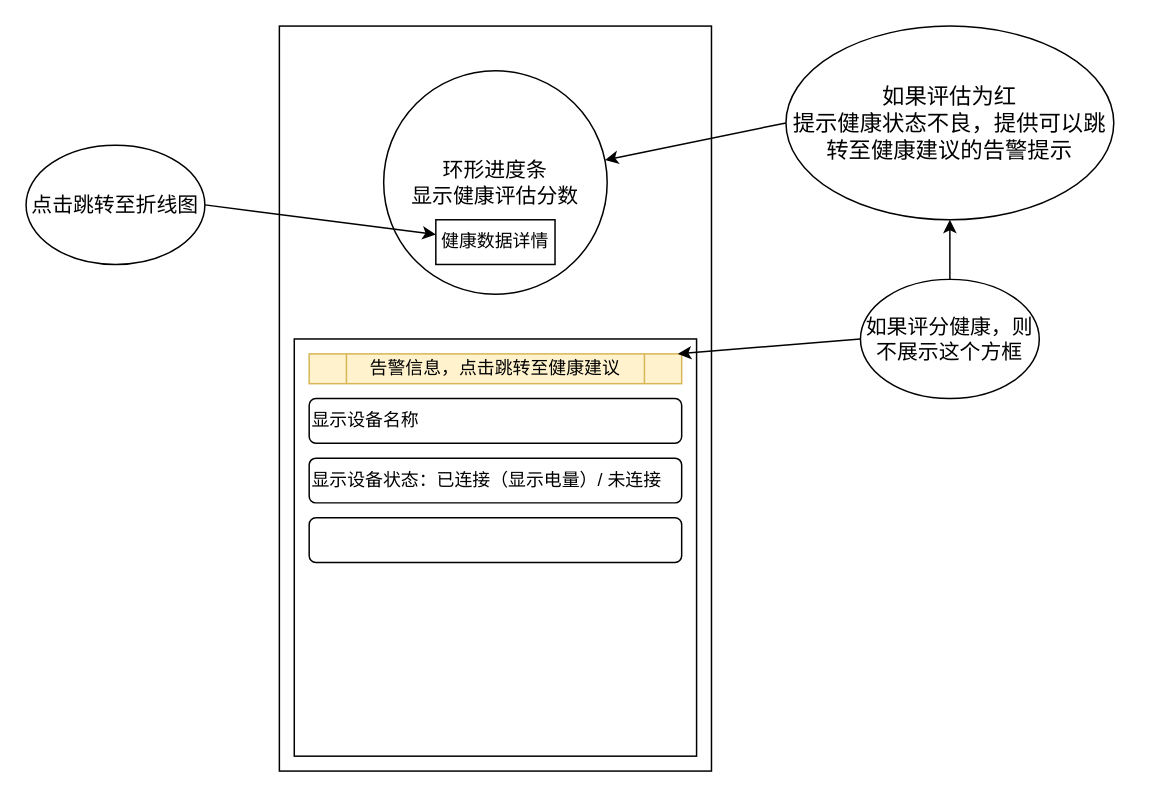
The draw.io diagram 毕设草稿.drawio in 4may-mcx/Blog, before the edit. Source tidied: cells renumbered, new cells numbered last; positions are measured from the earlier drawing's top-left corner, leaving out a move shared by most shapes. Both pictures are drawn from the tidied source at 149%, with x=0, y=0 at pixel (25, 25).
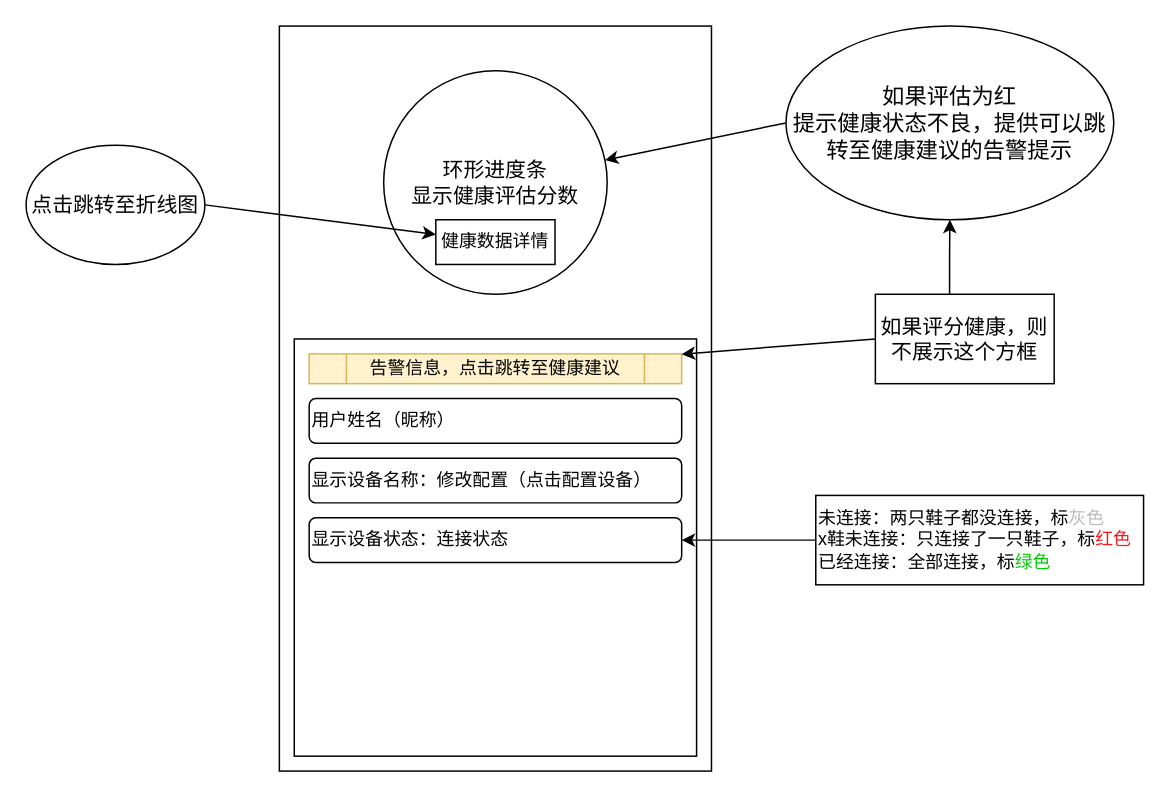
The same diagram, later.

Commit message (it also covers changes not shown here):
更新毕设草稿.drawio

Diff of the diagram source:
```diff
@@
 <mxGraphModel>
   <root>
     <mxCell id="0" />
     <mxCell id="1" parent="0" />
     <mxCell id="2" style="rounded=0;whiteSpace=wrap;html=1;" parent="1" vertex="1">
       <mxGeometry x="170" width="290" height="500" as="geometry" />
     </mxCell>
     <mxCell id="3" value="&lt;font style=&quot;font-size: 14px;&quot;&gt;环形进度条&lt;br&gt;显示健康评估分数&lt;/font&gt;" style="ellipse;whiteSpace=wrap;html=1;" parent="1" vertex="1">
       <mxGeometry x="240" y="30" width="150" height="150" as="geometry" />
     </mxCell>
     <mxCell id="4" style="rounded=0;whiteSpace=wrap;html=1;" parent="1" vertex="1">
       <mxGeometry x="180" y="210" width="270" height="280" as="geometry" />
     </mxCell>
-    <mxCell id="5" value="显示设备名称" style="rounded=1;whiteSpace=wrap;html=1;align=left;" parent="1" vertex="1">
-      <mxGeometry x="190" y="250" width="250" height="30" as="geometry" />
+    <mxCell id="5" value="显示设备名称：修改配置（点击配置设备）" style="rounded=1;whiteSpace=wrap;html=1;align=left;" parent="1" vertex="1">
+      <mxGeometry x="190" y="290" width="250" height="30" as="geometry" />
     </mxCell>
-    <mxCell id="6" value="显示设备状态：已连接（显示电量）/ 未连接" style="rounded=1;whiteSpace=wrap;html=1;align=left;" parent="1" vertex="1">
-      <mxGeometry x="190" y="290" width="250" height="30" as="geometry" />
+    <mxCell id="6" value="显示设备状态：连接状态" style="rounded=1;whiteSpace=wrap;html=1;align=left;" parent="1" vertex="1">
+      <mxGeometry x="190" y="330" width="250" height="30" as="geometry" />
     </mxCell>
-    <mxCell id="7" style="rounded=1;whiteSpace=wrap;html=1;align=left;" parent="1" vertex="1">
-      <mxGeometry x="190" y="330" width="250" height="30" as="geometry" />
+    <mxCell id="7" value="用户姓名（昵称）" style="rounded=1;whiteSpace=wrap;html=1;align=left;" parent="1" vertex="1">
+      <mxGeometry x="190" y="250" width="250" height="30" as="geometry" />
     </mxCell>
     <mxCell id="8" style="endArrow=classic;html=1;rounded=0;exitX=0;exitY=0.5;exitDx=0;exitDy=0;" parent="1" edge="1" source="9" target="3">
       <mxGeometry relative="1" as="geometry" />
     </mxCell>
     <mxCell id="9" value="&lt;font style=&quot;font-size: 15px;&quot;&gt;如果评估为红&lt;br&gt;提示健康状态不良，提供可以跳转至健康建议的告警提示&lt;/font&gt;" style="ellipse;whiteSpace=wrap;html=1;" parent="1" vertex="1">
       <mxGeometry x="510" width="220" height="130" as="geometry" />
     </mxCell>
     <mxCell id="10" value="健康数据详情" style="rounded=0;whiteSpace=wrap;html=1;" parent="1" vertex="1">
       <mxGeometry x="275" y="130" width="80" height="30" as="geometry" />
     </mxCell>
     <mxCell id="11" style="endArrow=classic;html=1;rounded=0;exitX=1;exitY=0.5;exitDx=0;exitDy=0;" parent="1" edge="1" source="12" target="10">
       <mxGeometry relative="1" as="geometry" />
     </mxCell>
     <mxCell id="12" value="&lt;font style=&quot;font-size: 14px;&quot;&gt;点击跳转至折线图&lt;/font&gt;" style="ellipse;whiteSpace=wrap;html=1;" parent="1" vertex="1">
       <mxGeometry y="80" width="120" height="80" as="geometry" />
     </mxCell>
     <mxCell id="13" value="告警信息，点击跳转至健康建议" style="shape=process;whiteSpace=wrap;html=1;backgroundOutline=1;fillColor=#fff2cc;strokeColor=#d6b656;" parent="1" vertex="1">
       <mxGeometry x="190" y="220" width="250" height="20" as="geometry" />
     </mxCell>
-    <mxCell id="14" style="edgeStyle=orthogonalEdgeStyle;rounded=0;jettySize=auto;html=1;" parent="1" edge="1" source="15" target="9">
+    <mxCell id="14" style="edgeStyle=orthogonalEdgeStyle;rounded=0;jettySize=auto;html=1;exitX=0.415;exitY=0.025;exitDx=0;exitDy=0;exitPerimeter=0;" parent="1" edge="1" source="15" target="9">
       <mxGeometry relative="1" as="geometry" />
     </mxCell>
+    <mxCell id="16" style="endArrow=classic;html=1;rounded=0;exitX=0;exitY=0.5;exitDx=0;exitDy=0;" parent="1" edge="1" source="15" target="13">
+      <mxGeometry relative="1" as="geometry" />
+    </mxCell>
-    <mxCell id="15" value="&lt;font style=&quot;font-size: 14px;&quot;&gt;如果评分健康，则不展示这个方框&lt;/font&gt;" style="ellipse;whiteSpace=wrap;html=1;" parent="1" vertex="1">
-      <mxGeometry x="560" y="170" width="120" height="80" as="geometry" />
+    <mxCell id="15" value="&lt;font style=&quot;font-size: 14px;&quot;&gt;如果评分健康，则不展示这个方框&lt;/font&gt;" style="rounded=0;whiteSpace=wrap;html=1;" parent="1" vertex="1">
+      <mxGeometry x="570" y="180" width="120" height="60" as="geometry" />
     </mxCell>
-    <mxCell id="16" style="endArrow=classic;html=1;rounded=0;exitX=0;exitY=0.5;exitDx=0;exitDy=0;" parent="1" edge="1" source="15" target="13">
-      <mxGeometry relative="1" as="geometry" />
-    </mxCell>
+    <mxCell id="17" value="未连接：两只鞋子都没连接，标&lt;font color=&quot;#bababa&quot;&gt;灰色&lt;/font&gt;&lt;br&gt;x鞋未连接：只连接了一只鞋子，标&lt;font color=&quot;#f31b1b&quot;&gt;红色&lt;/font&gt;&lt;br&gt;已经连接：全部连接，标&lt;font color=&quot;#00cc00&quot;&gt;绿色&lt;/font&gt;" style="rounded=0;whiteSpace=wrap;html=1;align=left;" parent="1" vertex="1">
+      <mxGeometry x="530" y="315" width="220" height="60" as="geometry" />
+    </mxCell>
+    <mxCell id="18" style="endArrow=classic;html=1;rounded=0;exitX=0;exitY=0.5;exitDx=0;exitDy=0;entryX=1;entryY=0.5;entryDx=0;entryDy=0;" parent="1" edge="1" source="17" target="6">
+      <mxGeometry relative="1" as="geometry" />
+    </mxCell>
   </root>
 </mxGraphModel>
```
